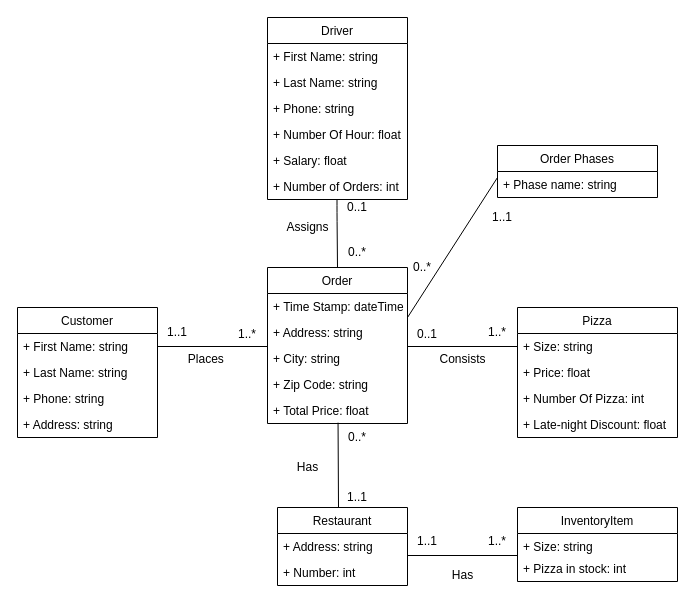
thanhnguyen210299/CSULB-CECS-323 keeps this draw.io diagram as page "UML" (1 of 4) of Project01.drawio. Above is the earlier version. Source tidied: cells renumbered, new cells numbered last; positions are measured from the earlier drawing's top-left corner, leaving out a move shared by most shapes. Both pictures are drawn from the tidied source at 100%, with x=0, y=0 at pixel (17, 17).
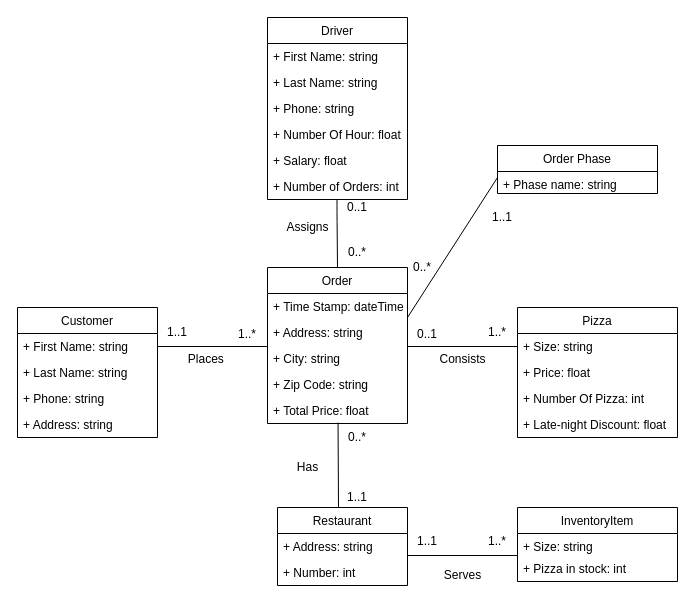
The same page after the edit.

What changed in the source:
```diff
@@
-    <mxCell id="50" value="Has" style="text;html=1;align=center;verticalAlign=middle;strokeColor=none;fillColor=none;" parent="1" vertex="1">
-      <mxGeometry x="425" y="548" width="40" height="20" as="geometry" />
+    <mxCell id="50" value="Serves" style="text;html=1;align=center;verticalAlign=middle;strokeColor=none;fillColor=none;" parent="1" vertex="1">
+      <mxGeometry x="420" y="548" width="50" height="20" as="geometry" />
     </mxCell>
@@
-    <mxCell id="52" value="Order Phases" style="swimlane;fontStyle=0;horizontal=1;startSize=26;fillColor=none;" parent="1" vertex="1">
-      <mxGeometry x="480" y="128" width="160" height="52" as="geometry" />
+    <mxCell id="52" value="Order Phase" style="swimlane;fontStyle=0;horizontal=1;startSize=26;fillColor=none;" parent="1" vertex="1">
+      <mxGeometry x="480" y="128" width="160" height="48" as="geometry" />
     </mxCell>
     <mxCell id="53" value="+ Phase name: string" style="text;strokeColor=none;fillColor=none;align=left;verticalAlign=top;spacingLeft=4;spacingRight=4;overflow=hidden;" parent="52" vertex="1">
-      <mxGeometry y="26" width="160" height="26" as="geometry" />
+      <mxGeometry y="26" width="160" height="22" as="geometry" />
     </mxCell>
```
